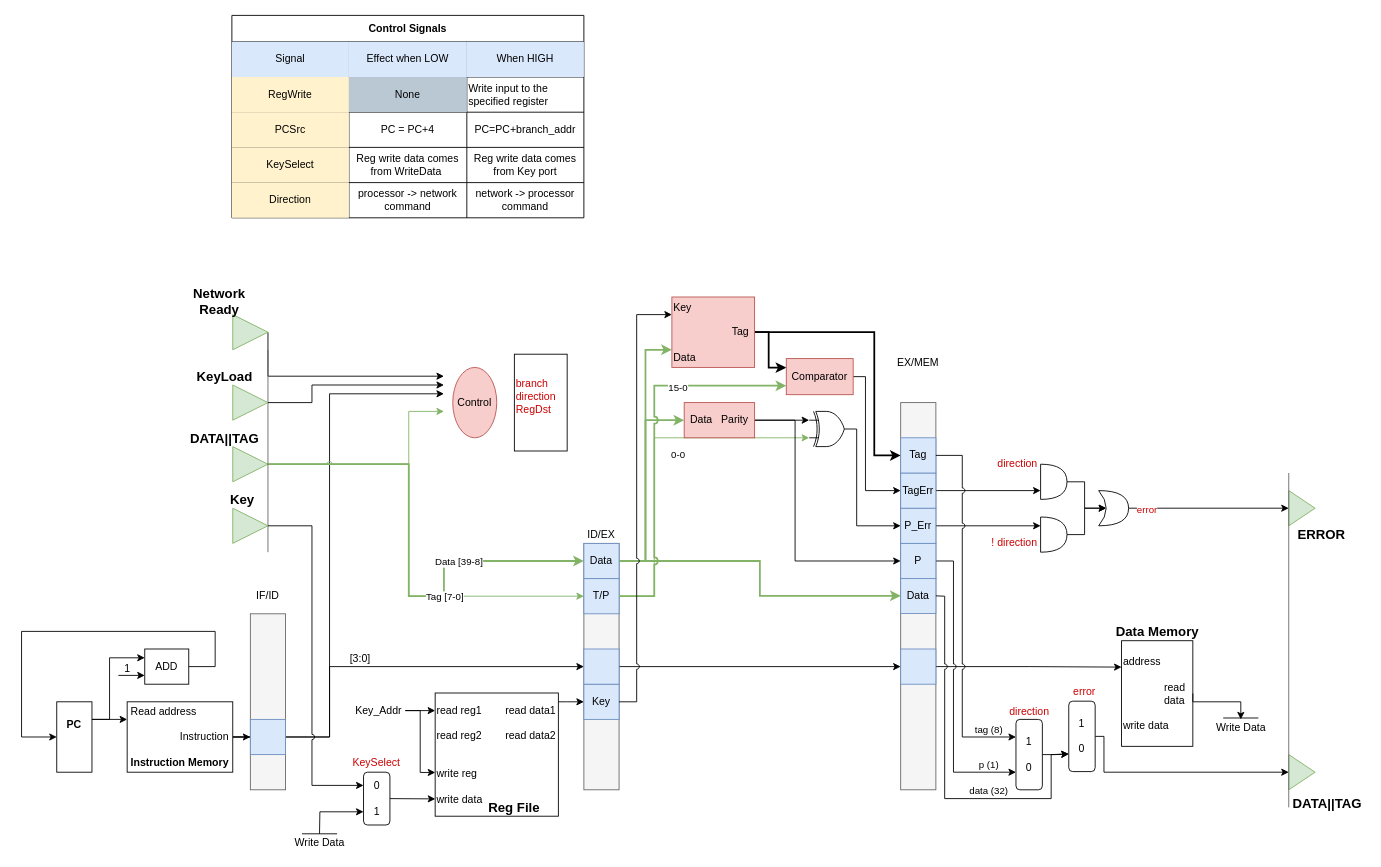
The draw.io diagram overall.drawio in featherbear/UNSW-COMP3211, before the edit. Source tidied: cells renumbered, new cells numbered last; positions are measured from the earlier drawing's top-left corner, leaving out a move shared by most shapes. Both pictures are drawn from the tidied source at 88%, with x=0, y=0 at pixel (21, 15).
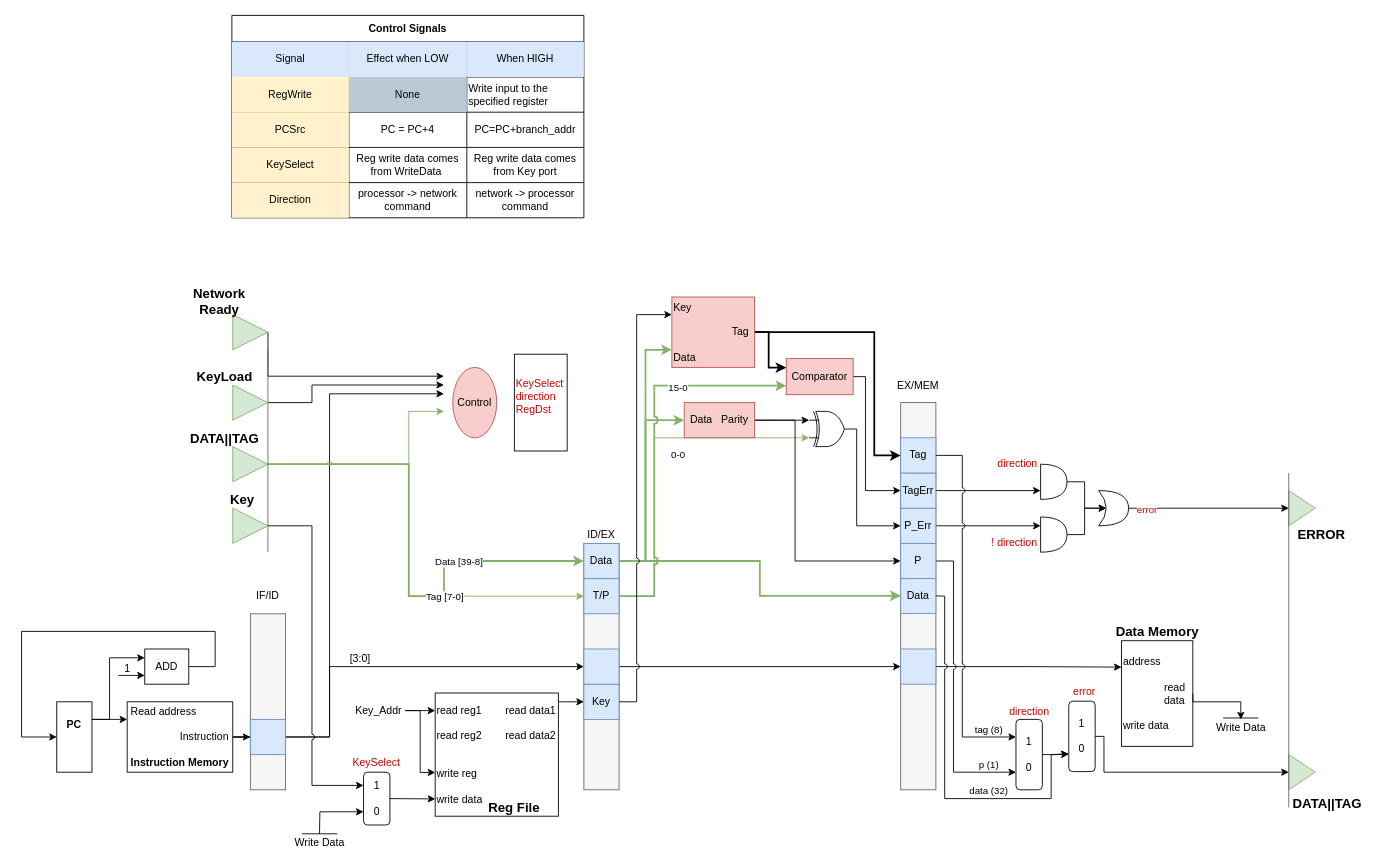
The same page after the edit.

The edit, as a diff of the source:
```diff
@@
     <mxCell id="24" value="EX/MEM" style="text;html=1;strokeColor=none;fillColor=none;align=center;verticalAlign=middle;whiteSpace=wrap;rounded=0;" parent="1" vertex="1">
-      <mxGeometry x="999" y="385" width="40" height="20" as="geometry" />
+      <mxGeometry x="999" y="411" width="40" height="20" as="geometry" />
     </mxCell>
@@
-    <mxCell id="79" value="&lt;div&gt;&lt;span&gt;&lt;font color=&quot;#cc0000&quot;&gt;branch&lt;/font&gt;&lt;/span&gt;&lt;/div&gt;&lt;div&gt;&lt;span&gt;&lt;font color=&quot;#cc0000&quot;&gt;direction&lt;/font&gt;&lt;/span&gt;&lt;/div&gt;&lt;div&gt;&lt;span&gt;&lt;font color=&quot;#cc0000&quot;&gt;RegDst&lt;/font&gt;&lt;/span&gt;&lt;/div&gt;&lt;div&gt;&lt;span&gt;&lt;font color=&quot;#cc0000&quot;&gt;&lt;br&gt;&lt;/font&gt;&lt;/span&gt;&lt;/div&gt;" style="rounded=0;whiteSpace=wrap;html=1;align=left;" parent="1" vertex="1">
+    <mxCell id="79" value="&lt;div&gt;&lt;span style=&quot;color: rgb(204 , 0 , 0)&quot;&gt;KeySelect&lt;/span&gt;&lt;/div&gt;&lt;div&gt;&lt;span style=&quot;color: rgb(204 , 0 , 0)&quot;&gt;direction&lt;/span&gt;&lt;br&gt;&lt;/div&gt;&lt;div&gt;&lt;span&gt;&lt;font color=&quot;#cc0000&quot;&gt;RegDst&lt;/font&gt;&lt;/span&gt;&lt;/div&gt;&lt;div&gt;&lt;span&gt;&lt;font color=&quot;#cc0000&quot;&gt;&lt;br&gt;&lt;/font&gt;&lt;/span&gt;&lt;/div&gt;" style="rounded=0;whiteSpace=wrap;html=1;align=left;" parent="1" vertex="1">
       <mxGeometry x="560" y="385" width="60" height="110" as="geometry" />
     </mxCell>
@@
-    <mxCell id="130" value="&lt;div&gt;&lt;span&gt;0&lt;/span&gt;&lt;/div&gt;&lt;div&gt;&lt;br&gt;&lt;/div&gt;&lt;div&gt;&lt;span&gt;1&lt;/span&gt;&lt;/div&gt;" style="rounded=1;whiteSpace=wrap;html=1;align=center;" parent="1" vertex="1">
+    <mxCell id="130" value="&lt;div&gt;1&lt;/div&gt;&lt;div&gt;&lt;br&gt;&lt;/div&gt;&lt;div&gt;0&lt;/div&gt;" style="rounded=1;whiteSpace=wrap;html=1;align=center;" parent="1" vertex="1">
       <mxGeometry x="388.6" y="860" width="30" height="60" as="geometry" />
     </mxCell>
```
